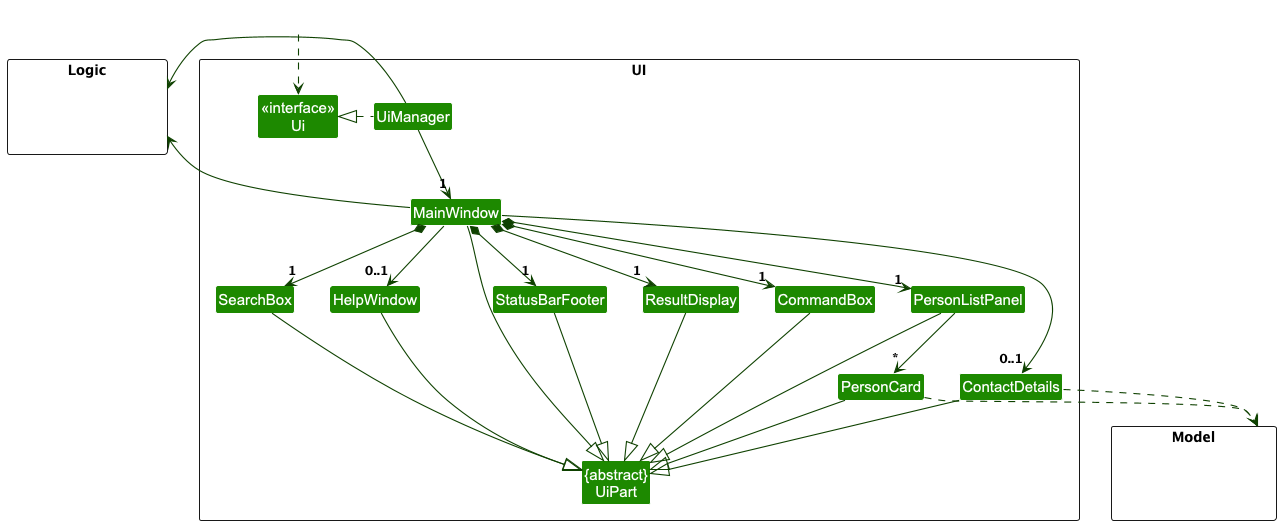
Above: docs/images/UiClassDiagram.png in nus-cs2103-AY2425S1/tp (PlantUML), before the change.
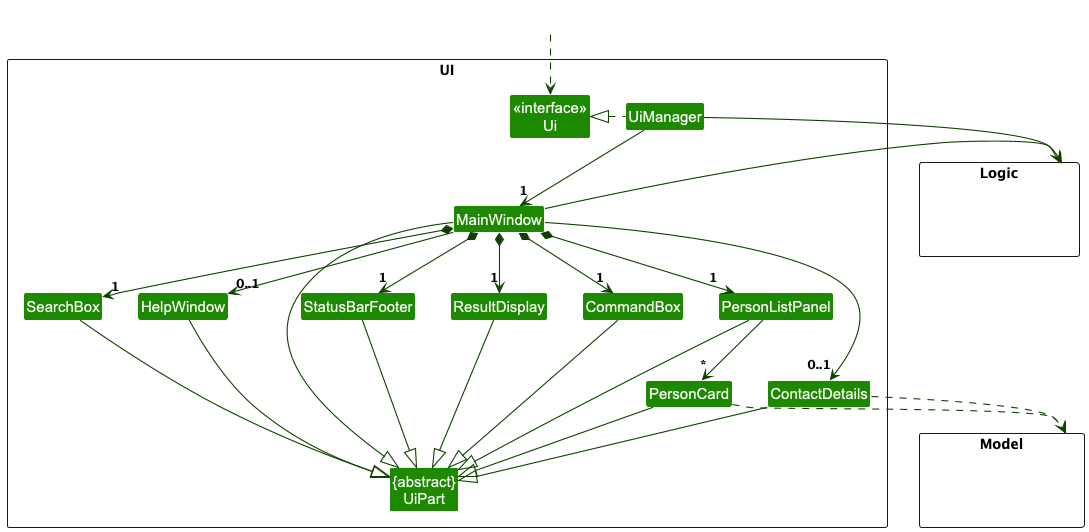
After the commit.

Commit message:
Update Logic in UiClassDiagram to be on the right side

Diff of the diagram source:
```diff
@@ -57,8 +57,8 @@
 PersonCard .down.> Model
 ContactDetails .down.> Model
 
-UiManager -left-> Logic
-MainWindow -left-> Logic
+UiManager -right-> Logic
+MainWindow -right-> Logic
 
 PersonListPanel -[hidden]left- HelpWindow
 HelpWindow -[hidden]left- SearchBox
```
